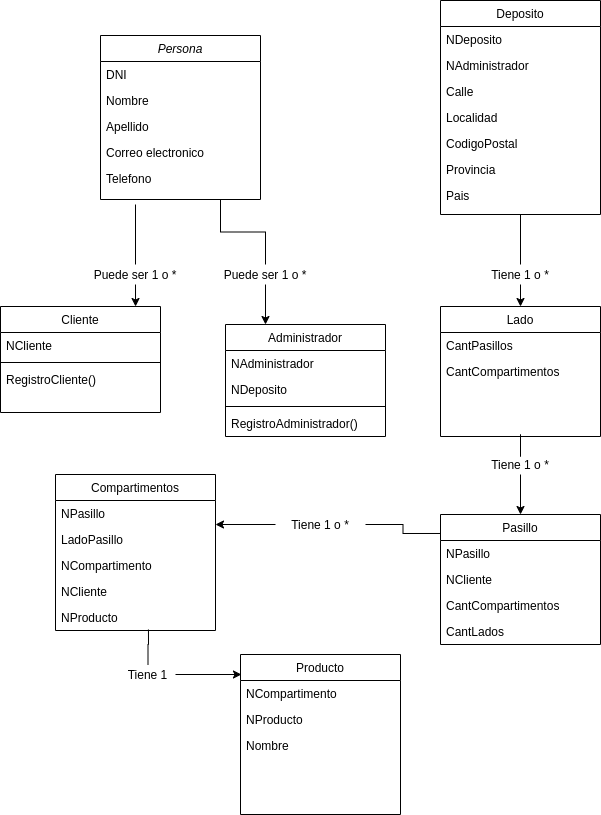
Before: Diagrama Deposito.png, a diagram exported from draw.io (RailGun15/Programacion3-UTN). Source tidied: cells renumbered, new cells last; positions are measured from the earlier drawing's top-left corner, leaving out a move shared by most shapes.
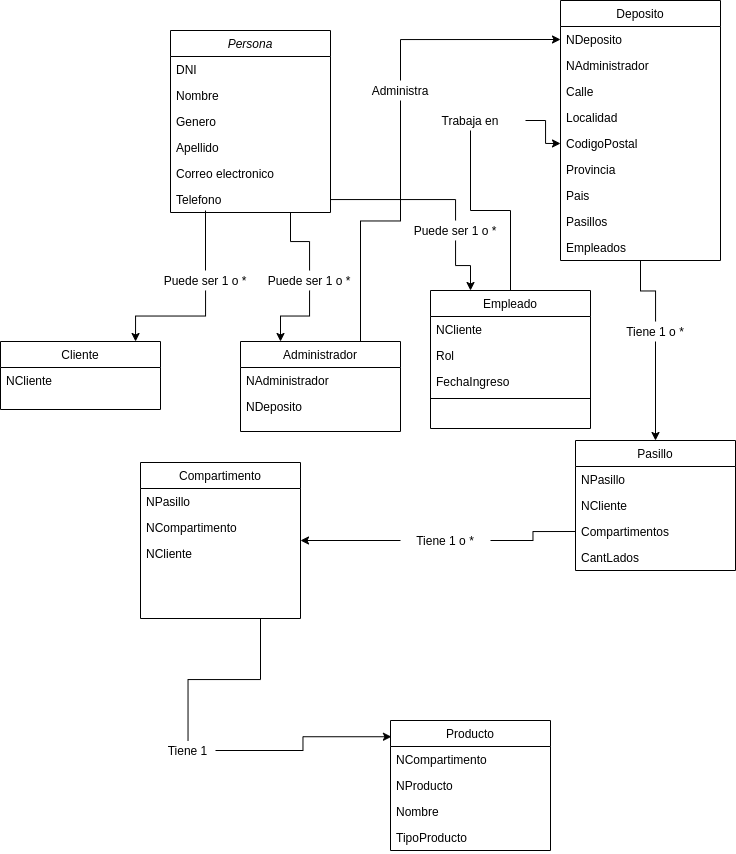
Above is the later version.

Change to the diagram source:
```diff
@@ -4,32 +4,2 @@
     <mxCell id="1" parent="0" />
-    <mxCell id="2" value="Persona" style="swimlane;fontStyle=2;align=center;verticalAlign=top;horizontal=1;startSize=26;rounded=0;shadow=0;strokeWidth=1;" parent="1" vertex="1">
-      <mxGeometry x="100" y="35" width="160" height="164" as="geometry" />
-    </mxCell>
-    <mxCell id="3" value="DNI" style="text;align=left;verticalAlign=top;spacingLeft=4;spacingRight=4;overflow=hidden;rounded=0;shadow=0;html=0;" parent="2" vertex="1">
-      <mxGeometry y="26" width="160" height="26" as="geometry" />
-    </mxCell>
-    <mxCell id="4" value="Nombre" style="text;align=left;verticalAlign=top;spacingLeft=4;spacingRight=4;overflow=hidden;" parent="2" vertex="1">
-      <mxGeometry y="52" width="160" height="26" as="geometry" />
-    </mxCell>
-    <mxCell id="5" value="Apellido" style="text;align=left;verticalAlign=top;spacingLeft=4;spacingRight=4;overflow=hidden;rounded=0;shadow=0;html=0;" parent="2" vertex="1">
-      <mxGeometry y="78" width="160" height="26" as="geometry" />
-    </mxCell>
-    <mxCell id="6" value="Correo electronico" style="text;align=left;verticalAlign=top;spacingLeft=4;spacingRight=4;overflow=hidden;rounded=0;shadow=0;html=0;" parent="2" vertex="1">
-      <mxGeometry y="104" width="160" height="26" as="geometry" />
-    </mxCell>
-    <mxCell id="7" value="Telefono" style="text;align=left;verticalAlign=top;spacingLeft=4;spacingRight=4;overflow=hidden;points=[[0,0.5],[1,0.5]];portConstraint=eastwest;rounded=0;shadow=0;html=0;" parent="2" vertex="1">
-      <mxGeometry y="130" width="160" height="26" as="geometry" />
-    </mxCell>
-    <mxCell id="8" value="Cliente" style="swimlane;fontStyle=0;align=center;verticalAlign=top;horizontal=1;startSize=26;rounded=0;shadow=0;strokeWidth=1;" parent="1" vertex="1">
-      <mxGeometry y="306" width="160" height="106" as="geometry" />
-    </mxCell>
-    <mxCell id="9" value="NCliente" style="text;align=left;verticalAlign=top;spacingLeft=4;spacingRight=4;overflow=hidden;" parent="8" vertex="1">
-      <mxGeometry y="26" width="160" height="26" as="geometry" />
-    </mxCell>
-    <mxCell id="10" style="line;strokeWidth=1;fillColor=none;align=left;verticalAlign=middle;spacingTop=-1;spacingLeft=3;spacingRight=3;labelPosition=right;html=0;" parent="8" vertex="1">
-      <mxGeometry y="52" width="160" height="8" as="geometry" />
-    </mxCell>
-    <mxCell id="11" value="RegistroCliente()" style="text;align=left;verticalAlign=top;spacingLeft=4;spacingRight=4;overflow=hidden;rounded=0;shadow=0;html=0;" parent="8" vertex="1">
-      <mxGeometry y="60" width="160" height="26" as="geometry" />
-    </mxCell>
     <mxCell id="12" style="edgeStyle=orthogonalEdgeStyle;rounded=0;jettySize=auto;html=1;endArrow=none;endFill=0;" parent="1" edge="1" source="14">
@@ -52,25 +22,4 @@
     <mxCell id="17" value="Puede ser 1 o *" style="text;html=1;strokeColor=none;fillColor=none;align=center;verticalAlign=middle;whiteSpace=wrap;rounded=0;" parent="1" vertex="1">
-      <mxGeometry x="210" y="264" width="110" height="20" as="geometry" />
+      <mxGeometry x="184" y="264" width="110" height="20" as="geometry" />
     </mxCell>
-    <mxCell id="18" style="edgeStyle=orthogonalEdgeStyle;rounded=0;jettySize=auto;html=1;" parent="1" edge="1" source="20" target="21">
-      <mxGeometry relative="1" as="geometry" />
-    </mxCell>
-    <mxCell id="19" style="edgeStyle=orthogonalEdgeStyle;rounded=0;jettySize=auto;html=1;endArrow=none;endFill=0;entryX=0.5;entryY=1;entryDx=0;entryDy=0;" parent="1" edge="1" source="20" target="27">
-      <mxGeometry relative="1" as="geometry" />
-    </mxCell>
-    <mxCell id="20" value="Tiene 1 o *" style="text;html=1;strokeColor=none;fillColor=none;align=center;verticalAlign=middle;whiteSpace=wrap;rounded=0;" parent="1" vertex="1">
-      <mxGeometry x="475" y="264" width="90" height="20" as="geometry" />
-    </mxCell>
-    <mxCell id="21" value="Lado" style="swimlane;fontStyle=0;align=center;verticalAlign=top;horizontal=1;startSize=26;rounded=0;shadow=0;strokeWidth=1;" parent="1" vertex="1">
-      <mxGeometry x="440" y="306" width="160" height="130" as="geometry" />
-    </mxCell>
-    <mxCell id="22" value="CantPasillos" style="text;align=left;verticalAlign=top;spacingLeft=4;spacingRight=4;overflow=hidden;rounded=0;shadow=0;html=0;" parent="21" vertex="1">
-      <mxGeometry y="26" width="160" height="26" as="geometry" />
-    </mxCell>
-    <mxCell id="23" value="CantCompartimentos" style="text;align=left;verticalAlign=top;spacingLeft=4;spacingRight=4;overflow=hidden;rounded=0;shadow=0;html=0;" parent="21" vertex="1">
-      <mxGeometry y="52" width="160" height="26" as="geometry" />
-    </mxCell>
-    <mxCell id="24" style="edgeStyle=orthogonalEdgeStyle;rounded=0;jettySize=auto;html=1;entryX=0.5;entryY=1;entryDx=0;entryDy=0;endArrow=none;endFill=0;" parent="1" edge="1" source="26" target="21">
-      <mxGeometry relative="1" as="geometry" />
-    </mxCell>
     <mxCell id="25" style="edgeStyle=orthogonalEdgeStyle;rounded=0;jettySize=auto;html=1;endArrow=classic;endFill=1;" parent="1" edge="1" source="26" target="56">
@@ -78,7 +27,37 @@
     </mxCell>
+    <mxCell id="61" style="edgeStyle=orthogonalEdgeStyle;rounded=0;jettySize=auto;html=1;entryX=0.5;entryY=1;entryDx=0;entryDy=0;endArrow=none;endFill=0;" parent="1" edge="1" source="26" target="27">
+      <mxGeometry relative="1" as="geometry" />
+    </mxCell>
     <mxCell id="26" value="Tiene 1 o *" style="text;html=1;strokeColor=none;fillColor=none;align=center;verticalAlign=middle;whiteSpace=wrap;rounded=0;" parent="1" vertex="1">
-      <mxGeometry x="475" y="454" width="90" height="20" as="geometry" />
+      <mxGeometry x="540" y="315" width="90" height="20" as="geometry" />
     </mxCell>
+    <mxCell id="35" style="edgeStyle=orthogonalEdgeStyle;rounded=0;jettySize=auto;html=1;entryX=0.75;entryY=1;entryDx=0;entryDy=0;endArrow=none;endFill=0;" parent="1" edge="1" source="37" target="46">
+      <mxGeometry relative="1" as="geometry" />
+    </mxCell>
+    <mxCell id="36" style="edgeStyle=orthogonalEdgeStyle;rounded=0;jettySize=auto;html=1;entryX=0.006;entryY=0.125;entryDx=0;entryDy=0;entryPerimeter=0;endArrow=classic;endFill=1;" parent="1" edge="1" source="37" target="52">
+      <mxGeometry relative="1" as="geometry" />
+    </mxCell>
+    <mxCell id="2" value="Persona" style="swimlane;fontStyle=2;align=center;verticalAlign=top;horizontal=1;startSize=26;rounded=0;shadow=0;strokeWidth=1;" parent="1" vertex="1">
+      <mxGeometry x="100" y="24" width="160" height="182" as="geometry" />
+    </mxCell>
+    <mxCell id="3" value="DNI" style="text;align=left;verticalAlign=top;spacingLeft=4;spacingRight=4;overflow=hidden;rounded=0;shadow=0;html=0;" parent="2" vertex="1">
+      <mxGeometry y="26" width="160" height="26" as="geometry" />
+    </mxCell>
+    <mxCell id="4" value="Nombre" style="text;align=left;verticalAlign=top;spacingLeft=4;spacingRight=4;overflow=hidden;" parent="2" vertex="1">
+      <mxGeometry y="52" width="160" height="26" as="geometry" />
+    </mxCell>
+    <mxCell id="62" value="Genero" style="text;align=left;verticalAlign=top;spacingLeft=4;spacingRight=4;overflow=hidden;" parent="2" vertex="1">
+      <mxGeometry y="78" width="160" height="26" as="geometry" />
+    </mxCell>
+    <mxCell id="5" value="Apellido" style="text;align=left;verticalAlign=top;spacingLeft=4;spacingRight=4;overflow=hidden;rounded=0;shadow=0;html=0;" parent="2" vertex="1">
+      <mxGeometry y="104" width="160" height="26" as="geometry" />
+    </mxCell>
+    <mxCell id="6" value="Correo electronico" style="text;align=left;verticalAlign=top;spacingLeft=4;spacingRight=4;overflow=hidden;rounded=0;shadow=0;html=0;" parent="2" vertex="1">
+      <mxGeometry y="130" width="160" height="26" as="geometry" />
+    </mxCell>
+    <mxCell id="7" value="Telefono" style="text;align=left;verticalAlign=top;spacingLeft=4;spacingRight=4;overflow=hidden;points=[[0,0.5],[1,0.5]];portConstraint=eastwest;rounded=0;shadow=0;html=0;" parent="2" vertex="1">
+      <mxGeometry y="156" width="160" height="26" as="geometry" />
+    </mxCell>
     <mxCell id="27" value="Deposito" style="swimlane;fontStyle=0;align=center;verticalAlign=top;horizontal=1;startSize=26;rounded=0;shadow=0;strokeWidth=1;" parent="1" vertex="1">
-      <mxGeometry x="440" width="160" height="214" as="geometry" />
+      <mxGeometry x="490" y="-6" width="160" height="260" as="geometry" />
     </mxCell>
@@ -105,55 +84,27 @@
     </mxCell>
-    <mxCell id="35" style="edgeStyle=orthogonalEdgeStyle;rounded=0;jettySize=auto;html=1;entryX=0.581;entryY=0.962;entryDx=0;entryDy=0;entryPerimeter=0;endArrow=none;endFill=0;" parent="1" edge="1" source="37" target="51">
-      <mxGeometry relative="1" as="geometry" />
-    </mxCell>
-    <mxCell id="36" style="edgeStyle=orthogonalEdgeStyle;rounded=0;jettySize=auto;html=1;entryX=0.006;entryY=0.125;entryDx=0;entryDy=0;entryPerimeter=0;endArrow=classic;endFill=1;" parent="1" edge="1" source="37" target="52">
-      <mxGeometry relative="1" as="geometry" />
-    </mxCell>
+    <mxCell id="63" value="Pasillos" style="text;align=left;verticalAlign=top;spacingLeft=4;spacingRight=4;overflow=hidden;rounded=0;shadow=0;html=0;" parent="27" vertex="1">
+      <mxGeometry y="208" width="160" height="26" as="geometry" />
+    </mxCell>
+    <mxCell id="64" value="Empleados" style="text;align=left;verticalAlign=top;spacingLeft=4;spacingRight=4;overflow=hidden;rounded=0;shadow=0;html=0;" parent="27" vertex="1">
+      <mxGeometry y="234" width="160" height="26" as="geometry" />
+    </mxCell>
     <mxCell id="37" value="Tiene 1" style="text;html=1;strokeColor=none;fillColor=none;align=center;verticalAlign=middle;whiteSpace=wrap;rounded=0;" parent="1" vertex="1">
-      <mxGeometry x="120" y="664" width="55" height="20" as="geometry" />
+      <mxGeometry x="90" y="734" width="55" height="20" as="geometry" />
     </mxCell>
-    <mxCell id="38" value="Administrador" style="swimlane;fontStyle=0;align=center;verticalAlign=top;horizontal=1;startSize=26;rounded=0;shadow=0;strokeWidth=1;" parent="1" vertex="1">
-      <mxGeometry x="225" y="324" width="160" height="112" as="geometry" />
-    </mxCell>
-    <mxCell id="39" value="NAdministrador" style="text;align=left;verticalAlign=top;spacingLeft=4;spacingRight=4;overflow=hidden;" parent="38" vertex="1">
-      <mxGeometry y="26" width="160" height="26" as="geometry" />
-    </mxCell>
-    <mxCell id="40" value="NDeposito" style="text;align=left;verticalAlign=top;spacingLeft=4;spacingRight=4;overflow=hidden;" parent="38" vertex="1">
-      <mxGeometry y="52" width="160" height="26" as="geometry" />
-    </mxCell>
-    <mxCell id="41" style="line;strokeWidth=1;fillColor=none;align=left;verticalAlign=middle;spacingTop=-1;spacingLeft=3;spacingRight=3;labelPosition=right;html=0;" parent="38" vertex="1">
-      <mxGeometry y="78" width="160" height="8" as="geometry" />
-    </mxCell>
-    <mxCell id="42" value="RegistroAdministrador()" style="text;align=left;verticalAlign=top;spacingLeft=4;spacingRight=4;overflow=hidden;rounded=0;shadow=0;html=0;" parent="38" vertex="1">
-      <mxGeometry y="86" width="160" height="26" as="geometry" />
-    </mxCell>
-    <mxCell id="43" style="edgeStyle=orthogonalEdgeStyle;rounded=0;jettySize=auto;html=1;entryX=1;entryY=-0.077;entryDx=0;entryDy=0;entryPerimeter=0;endArrow=classic;endFill=1;" parent="1" edge="1" source="45" target="48">
-      <mxGeometry relative="1" as="geometry" />
+    <mxCell id="43" style="edgeStyle=orthogonalEdgeStyle;rounded=0;jettySize=auto;html=1;endArrow=classic;endFill=1;" parent="1" edge="1" source="45">
+      <mxGeometry relative="1" as="geometry">
+        <mxPoint x="230" y="534" as="targetPoint" />
+        <Array as="points">
+          <mxPoint x="330" y="534" />
+        </Array>
+      </mxGeometry>
     </mxCell>
-    <mxCell id="44" style="edgeStyle=orthogonalEdgeStyle;rounded=0;jettySize=auto;html=1;entryX=0.013;entryY=0.146;entryDx=0;entryDy=0;entryPerimeter=0;endArrow=none;endFill=0;" parent="1" edge="1" source="45" target="56">
-      <mxGeometry relative="1" as="geometry" />
-    </mxCell>
+    <mxCell id="65" style="edgeStyle=orthogonalEdgeStyle;rounded=0;jettySize=auto;html=1;entryX=0;entryY=0.5;entryDx=0;entryDy=0;endArrow=none;endFill=0;" parent="1" edge="1" source="45" target="59">
+      <mxGeometry relative="1" as="geometry" />
+    </mxCell>
     <mxCell id="45" value="Tiene 1 o *" style="text;html=1;strokeColor=none;fillColor=none;align=center;verticalAlign=middle;whiteSpace=wrap;rounded=0;" parent="1" vertex="1">
-      <mxGeometry x="275" y="514" width="90" height="20" as="geometry" />
+      <mxGeometry x="330" y="524" width="90" height="20" as="geometry" />
     </mxCell>
-    <mxCell id="46" value="Compartimentos" style="swimlane;fontStyle=0;align=center;verticalAlign=top;horizontal=1;startSize=26;rounded=0;shadow=0;strokeWidth=1;" parent="1" vertex="1">
-      <mxGeometry x="55" y="474" width="160" height="156" as="geometry" />
-    </mxCell>
-    <mxCell id="47" value="NPasillo" style="text;align=left;verticalAlign=top;spacingLeft=4;spacingRight=4;overflow=hidden;" parent="46" vertex="1">
-      <mxGeometry y="26" width="160" height="26" as="geometry" />
-    </mxCell>
-    <mxCell id="48" value="LadoPasillo" style="text;align=left;verticalAlign=top;spacingLeft=4;spacingRight=4;overflow=hidden;points=[[0,0.5],[1,0.5]];portConstraint=eastwest;rounded=0;shadow=0;html=0;" parent="46" vertex="1">
-      <mxGeometry y="52" width="160" height="26" as="geometry" />
-    </mxCell>
-    <mxCell id="49" value="NCompartimento" style="text;align=left;verticalAlign=top;spacingLeft=4;spacingRight=4;overflow=hidden;rounded=0;shadow=0;html=0;" parent="46" vertex="1">
-      <mxGeometry y="78" width="160" height="26" as="geometry" />
-    </mxCell>
-    <mxCell id="50" value="NCliente" style="text;align=left;verticalAlign=top;spacingLeft=4;spacingRight=4;overflow=hidden;rounded=0;shadow=0;html=0;" parent="46" vertex="1">
-      <mxGeometry y="104" width="160" height="26" as="geometry" />
-    </mxCell>
-    <mxCell id="51" value="NProducto" style="text;align=left;verticalAlign=top;spacingLeft=4;spacingRight=4;overflow=hidden;points=[[0,0.5],[1,0.5]];portConstraint=eastwest;rounded=0;shadow=0;html=0;" parent="46" vertex="1">
-      <mxGeometry y="130" width="160" height="26" as="geometry" />
-    </mxCell>
     <mxCell id="52" value="Producto" style="swimlane;fontStyle=0;align=center;verticalAlign=top;horizontal=1;startSize=26;rounded=0;shadow=0;strokeWidth=1;" parent="1" vertex="1">
-      <mxGeometry x="240" y="654" width="160" height="160" as="geometry" />
+      <mxGeometry x="320" y="714" width="160" height="130" as="geometry" />
     </mxCell>
@@ -168,4 +119,64 @@
     </mxCell>
+    <mxCell id="66" value="TipoProducto" style="text;align=left;verticalAlign=top;spacingLeft=4;spacingRight=4;overflow=hidden;rounded=0;shadow=0;html=0;" parent="52" vertex="1">
+      <mxGeometry y="104" width="160" height="26" as="geometry" />
+    </mxCell>
+    <mxCell id="67" style="edgeStyle=orthogonalEdgeStyle;rounded=0;jettySize=auto;html=1;entryX=0;entryY=0.5;entryDx=0;entryDy=0;" parent="1" edge="1" source="68" target="28">
+      <mxGeometry relative="1" as="geometry" />
+    </mxCell>
+    <mxCell id="68" value="Administra" style="text;html=1;strokeColor=none;fillColor=none;align=center;verticalAlign=middle;whiteSpace=wrap;rounded=0;" parent="1" vertex="1">
+      <mxGeometry x="275" y="74" width="110" height="20" as="geometry" />
+    </mxCell>
+    <mxCell id="69" style="edgeStyle=orthogonalEdgeStyle;rounded=0;jettySize=auto;html=1;entryX=0.5;entryY=1;entryDx=0;entryDy=0;exitX=0.75;exitY=0;exitDx=0;exitDy=0;endArrow=none;endFill=0;" parent="1" edge="1" source="38" target="68">
+      <mxGeometry relative="1" as="geometry" />
+    </mxCell>
+    <mxCell id="70" style="edgeStyle=orthogonalEdgeStyle;rounded=0;jettySize=auto;html=1;endArrow=none;endFill=0;" parent="1" edge="1" source="72" target="76">
+      <mxGeometry relative="1" as="geometry" />
+    </mxCell>
+    <mxCell id="71" style="edgeStyle=orthogonalEdgeStyle;rounded=0;jettySize=auto;html=1;entryX=0;entryY=0.5;entryDx=0;entryDy=0;" parent="1" edge="1" source="72" target="32">
+      <mxGeometry relative="1" as="geometry" />
+    </mxCell>
+    <mxCell id="72" value="Trabaja en" style="text;html=1;strokeColor=none;fillColor=none;align=center;verticalAlign=middle;whiteSpace=wrap;rounded=0;" parent="1" vertex="1">
+      <mxGeometry x="345" y="104" width="110" height="20" as="geometry" />
+    </mxCell>
+    <mxCell id="8" value="Cliente" style="swimlane;fontStyle=0;align=center;verticalAlign=top;horizontal=1;startSize=26;rounded=0;shadow=0;strokeWidth=1;" parent="1" vertex="1">
+      <mxGeometry x="-70" y="335" width="160" height="68" as="geometry" />
+    </mxCell>
+    <mxCell id="9" value="NCliente" style="text;align=left;verticalAlign=top;spacingLeft=4;spacingRight=4;overflow=hidden;" parent="8" vertex="1">
+      <mxGeometry y="26" width="160" height="26" as="geometry" />
+    </mxCell>
+    <mxCell id="38" value="Administrador" style="swimlane;fontStyle=0;align=center;verticalAlign=top;horizontal=1;startSize=26;rounded=0;shadow=0;strokeWidth=1;" parent="1" vertex="1">
+      <mxGeometry x="170" y="335" width="160" height="90" as="geometry" />
+    </mxCell>
+    <mxCell id="39" value="NAdministrador" style="text;align=left;verticalAlign=top;spacingLeft=4;spacingRight=4;overflow=hidden;" parent="38" vertex="1">
+      <mxGeometry y="26" width="160" height="26" as="geometry" />
+    </mxCell>
+    <mxCell id="40" value="NDeposito" style="text;align=left;verticalAlign=top;spacingLeft=4;spacingRight=4;overflow=hidden;" parent="38" vertex="1">
+      <mxGeometry y="52" width="160" height="26" as="geometry" />
+    </mxCell>
+    <mxCell id="73" style="edgeStyle=orthogonalEdgeStyle;rounded=0;jettySize=auto;html=1;endArrow=none;endFill=0;" parent="1" edge="1" source="75" target="7">
+      <mxGeometry relative="1" as="geometry" />
+    </mxCell>
+    <mxCell id="74" style="edgeStyle=orthogonalEdgeStyle;rounded=0;jettySize=auto;html=1;entryX=0.25;entryY=0;entryDx=0;entryDy=0;" parent="1" edge="1" source="75" target="76">
+      <mxGeometry relative="1" as="geometry" />
+    </mxCell>
+    <mxCell id="75" value="Puede ser 1 o *" style="text;html=1;strokeColor=none;fillColor=none;align=center;verticalAlign=middle;whiteSpace=wrap;rounded=0;" parent="1" vertex="1">
+      <mxGeometry x="330" y="214" width="110" height="20" as="geometry" />
+    </mxCell>
+    <mxCell id="76" value="Empleado" style="swimlane;fontStyle=0;align=center;verticalAlign=top;horizontal=1;startSize=26;rounded=0;shadow=0;strokeWidth=1;" parent="1" vertex="1">
+      <mxGeometry x="360" y="284" width="160" height="138" as="geometry" />
+    </mxCell>
+    <mxCell id="77" value="NCliente" style="text;align=left;verticalAlign=top;spacingLeft=4;spacingRight=4;overflow=hidden;" parent="76" vertex="1">
+      <mxGeometry y="26" width="160" height="26" as="geometry" />
+    </mxCell>
+    <mxCell id="78" value="Rol" style="text;align=left;verticalAlign=top;spacingLeft=4;spacingRight=4;overflow=hidden;" parent="76" vertex="1">
+      <mxGeometry y="52" width="160" height="26" as="geometry" />
+    </mxCell>
+    <mxCell id="79" value="FechaIngreso" style="text;align=left;verticalAlign=top;spacingLeft=4;spacingRight=4;overflow=hidden;" parent="76" vertex="1">
+      <mxGeometry y="78" width="160" height="26" as="geometry" />
+    </mxCell>
+    <mxCell id="80" style="line;strokeWidth=1;fillColor=none;align=left;verticalAlign=middle;spacingTop=-1;spacingLeft=3;spacingRight=3;labelPosition=right;html=0;" parent="76" vertex="1">
+      <mxGeometry y="104" width="160" height="8" as="geometry" />
+    </mxCell>
     <mxCell id="56" value="Pasillo" style="swimlane;fontStyle=0;align=center;verticalAlign=top;horizontal=1;startSize=26;rounded=0;shadow=0;strokeWidth=1;" parent="1" vertex="1">
-      <mxGeometry x="440" y="514" width="160" height="130" as="geometry" />
+      <mxGeometry x="505" y="434" width="160" height="130" as="geometry" />
     </mxCell>
@@ -177,3 +188,3 @@
     </mxCell>
-    <mxCell id="59" value="CantCompartimentos" style="text;align=left;verticalAlign=top;spacingLeft=4;spacingRight=4;overflow=hidden;points=[[0,0.5],[1,0.5]];portConstraint=eastwest;rounded=0;shadow=0;html=0;" parent="56" vertex="1">
+    <mxCell id="59" value="Compartimentos" style="text;align=left;verticalAlign=top;spacingLeft=4;spacingRight=4;overflow=hidden;points=[[0,0.5],[1,0.5]];portConstraint=eastwest;rounded=0;shadow=0;html=0;" parent="56" vertex="1">
       <mxGeometry y="78" width="160" height="26" as="geometry" />
@@ -183,2 +194,14 @@
     </mxCell>
+    <mxCell id="46" value="Compartimento" style="swimlane;fontStyle=0;align=center;verticalAlign=top;horizontal=1;startSize=26;rounded=0;shadow=0;strokeWidth=1;" parent="1" vertex="1">
+      <mxGeometry x="70" y="456" width="160" height="156" as="geometry" />
+    </mxCell>
+    <mxCell id="47" value="NPasillo" style="text;align=left;verticalAlign=top;spacingLeft=4;spacingRight=4;overflow=hidden;" parent="46" vertex="1">
+      <mxGeometry y="26" width="160" height="26" as="geometry" />
+    </mxCell>
+    <mxCell id="49" value="NCompartimento" style="text;align=left;verticalAlign=top;spacingLeft=4;spacingRight=4;overflow=hidden;rounded=0;shadow=0;html=0;" parent="46" vertex="1">
+      <mxGeometry y="52" width="160" height="26" as="geometry" />
+    </mxCell>
+    <mxCell id="50" value="NCliente" style="text;align=left;verticalAlign=top;spacingLeft=4;spacingRight=4;overflow=hidden;rounded=0;shadow=0;html=0;" parent="46" vertex="1">
+      <mxGeometry y="78" width="160" height="26" as="geometry" />
+    </mxCell>
   </root>
```
